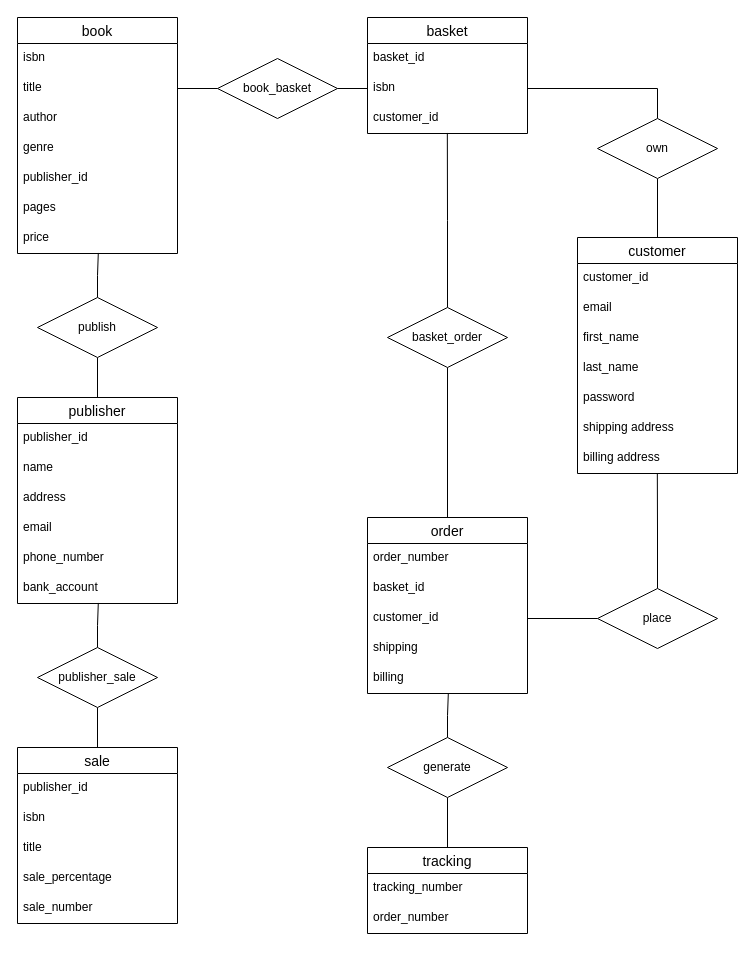
Above: draw/ER_diagram.drawio in Jiongxu-An/COMP3005Project (draw.io), before the change. Source tidied: cells renumbered, new cells numbered last; positions are measured from the earlier drawing's top-left corner, leaving out a move shared by most shapes. Both pictures are drawn from the tidied source at 100%, with x=0, y=0 at pixel (17, 17).
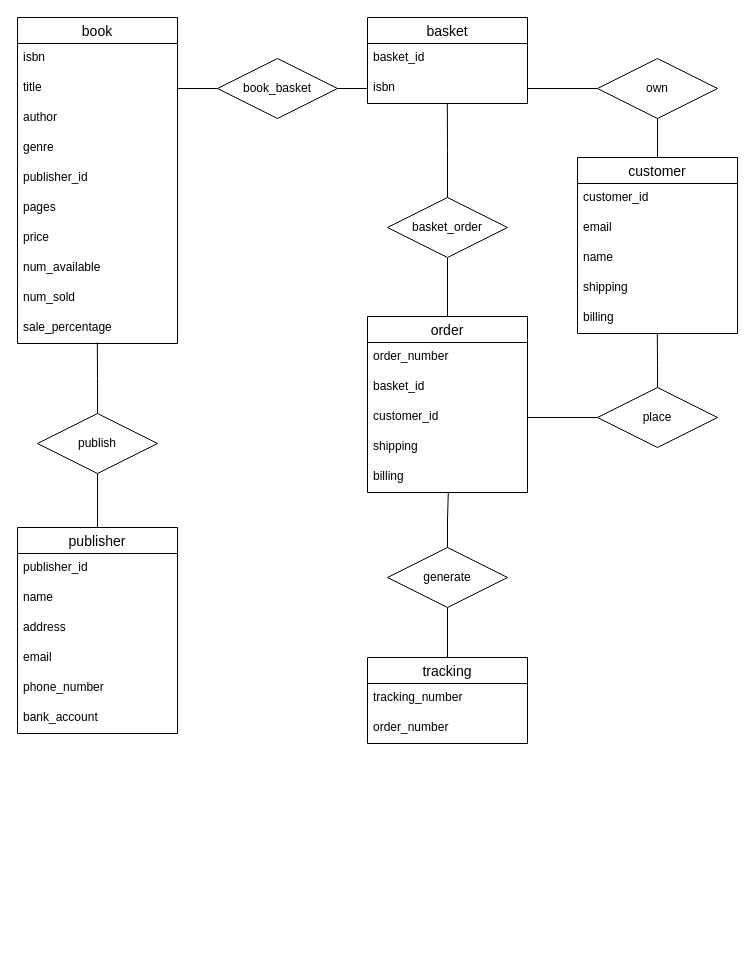
The same page after the edit.

The change refers to these unchanged cells:
```xml
<mxCell id="9" value="price" style="text;strokeColor=none;fillColor=none;spacingLeft=4;spacingRight=4;overflow=hidden;points=[[0,0.5],[1,0.5]];portConstraint=eastwest;fontSize=12;" parent="2" vertex="1">
  <mxGeometry y="206" width="160" height="30" as="geometry" />
</mxCell>
<mxCell id="12" value="isbn" style="text;strokeColor=none;fillColor=none;spacingLeft=4;spacingRight=4;overflow=hidden;points=[[0,0.5],[1,0.5]];portConstraint=eastwest;fontSize=12;" parent="10" vertex="1">
  <mxGeometry y="56" width="160" height="30" as="geometry" />
</mxCell>
<mxCell id="41" value="bank_account" style="text;strokeColor=none;fillColor=none;spacingLeft=4;spacingRight=4;overflow=hidden;points=[[0,0.5],[1,0.5]];portConstraint=eastwest;fontSize=12;" parent="35" vertex="1">
  <mxGeometry y="176" width="160" height="30" as="geometry" />
</mxCell>
```

Diff of the diagram source:
```diff
@@
     <mxCell id="2" value="book" style="swimlane;fontStyle=0;horizontal=1;startSize=26;align=center;fontSize=14;" parent="1" vertex="1">
-      <mxGeometry width="160" height="236" as="geometry" />
+      <mxGeometry width="160" height="326" as="geometry" />
     </mxCell>
@@
+    <mxCell id="65" value="num_available" style="text;strokeColor=none;fillColor=none;spacingLeft=4;spacingRight=4;overflow=hidden;fontSize=12;" parent="2" vertex="1">
+      <mxGeometry y="236" width="160" height="30" as="geometry" />
+    </mxCell>
+    <mxCell id="66" value="num_sold" style="text;strokeColor=none;fillColor=none;spacingLeft=4;spacingRight=4;overflow=hidden;fontSize=12;" parent="2" vertex="1">
+      <mxGeometry y="266" width="160" height="30" as="geometry" />
+    </mxCell>
+    <mxCell id="47" value="sale_percentage" style="text;strokeColor=none;fillColor=none;spacingLeft=4;spacingRight=4;overflow=hidden;points=[[0,0.5],[1,0.5]];portConstraint=eastwest;fontSize=12;" parent="2" vertex="1">
+      <mxGeometry y="296" width="160" height="30" as="geometry" />
+    </mxCell>
     <mxCell id="10" value="basket" style="swimlane;fontStyle=0;horizontal=1;startSize=26;align=center;fontSize=14;" parent="1" vertex="1">
-      <mxGeometry x="350" width="160" height="116" as="geometry" />
+      <mxGeometry x="350" width="160" height="86" as="geometry" />
     </mxCell>
@@
-    <mxCell id="13" value="customer_id" style="text;strokeColor=none;fillColor=none;spacingLeft=4;spacingRight=4;overflow=hidden;points=[[0,0.5],[1,0.5]];portConstraint=eastwest;fontSize=12;" parent="10" vertex="1">
-      <mxGeometry y="86" width="160" height="30" as="geometry" />
-    </mxCell>
@@
     <mxCell id="15" value="order" style="swimlane;fontStyle=0;horizontal=1;startSize=26;align=center;fontSize=14;" parent="1" vertex="1">
-      <mxGeometry x="350" y="500" width="160" height="176" as="geometry" />
+      <mxGeometry x="350" y="299" width="160" height="176" as="geometry" />
     </mxCell>
@@
     <mxCell id="22" value="tracking" style="swimlane;fontStyle=0;horizontal=1;startSize=26;align=center;fontSize=14;" parent="1" vertex="1">
-      <mxGeometry x="350" y="830" width="160" height="86" as="geometry" />
+      <mxGeometry x="350" y="640" width="160" height="86" as="geometry" />
     </mxCell>
@@
     <mxCell id="26" value="customer" style="swimlane;fontStyle=0;horizontal=1;startSize=26;align=center;fontSize=14;" parent="1" vertex="1">
-      <mxGeometry x="560" y="220" width="160" height="236" as="geometry" />
+      <mxGeometry x="560" y="140" width="160" height="176" as="geometry" />
     </mxCell>
@@
-    <mxCell id="29" value="first_name" style="text;strokeColor=none;fillColor=none;spacingLeft=4;spacingRight=4;overflow=hidden;fontSize=12;" parent="26" vertex="1">
-      <mxGeometry y="86" width="160" height="30" as="geometry" />
-    </mxCell>
-    <mxCell id="30" value="last_name" style="text;strokeColor=none;fillColor=none;spacingLeft=4;spacingRight=4;overflow=hidden;fontSize=12;" parent="26" vertex="1">
-      <mxGeometry y="116" width="160" height="30" as="geometry" />
+    <mxCell id="30" value="name" style="text;strokeColor=none;fillColor=none;spacingLeft=4;spacingRight=4;overflow=hidden;fontSize=12;" parent="26" vertex="1">
+      <mxGeometry y="86" width="160" height="30" as="geometry" />
     </mxCell>
-    <mxCell id="31" value="password" style="text;strokeColor=none;fillColor=none;spacingLeft=4;spacingRight=4;overflow=hidden;fontSize=12;" parent="26" vertex="1">
-      <mxGeometry y="146" width="160" height="30" as="geometry" />
-    </mxCell>
-    <mxCell id="32" value="shipping address" style="text;strokeColor=none;fillColor=none;spacingLeft=4;spacingRight=4;overflow=hidden;fontSize=12;" parent="26" vertex="1">
-      <mxGeometry y="176" width="160" height="30" as="geometry" />
+    <mxCell id="32" value="shipping" style="text;strokeColor=none;fillColor=none;spacingLeft=4;spacingRight=4;overflow=hidden;fontSize=12;" parent="26" vertex="1">
+      <mxGeometry y="116" width="160" height="30" as="geometry" />
     </mxCell>
-    <mxCell id="33" value="billing address" style="text;strokeColor=none;fillColor=none;spacingLeft=4;spacingRight=4;overflow=hidden;points=[[0,0.5],[1,0.5]];portConstraint=eastwest;fontSize=12;" parent="26" vertex="1">
-      <mxGeometry y="206" width="160" height="30" as="geometry" />
+    <mxCell id="33" value="billing" style="text;strokeColor=none;fillColor=none;spacingLeft=4;spacingRight=4;overflow=hidden;points=[[0,0.5],[1,0.5]];portConstraint=eastwest;fontSize=12;" parent="26" vertex="1">
+      <mxGeometry y="146" width="160" height="30" as="geometry" />
     </mxCell>
@@
     <mxCell id="35" value="publisher" style="swimlane;fontStyle=0;horizontal=1;startSize=26;align=center;fontSize=14;" parent="1" vertex="1">
-      <mxGeometry y="380" width="160" height="206" as="geometry" />
+      <mxGeometry y="510" width="160" height="206" as="geometry" />
     </mxCell>
@@
-    <mxCell id="42" style="edgeStyle=orthogonalEdgeStyle;rounded=0;jettySize=auto;html=1;exitX=0.5;exitY=0;exitDx=0;exitDy=0;entryX=0.5;entryY=1;entryDx=0;entryDy=0;endArrow=none;endFill=0;" parent="1" edge="1" source="43" target="55">
-      <mxGeometry relative="1" as="geometry" />
-    </mxCell>
-    <mxCell id="43" value="sale" style="swimlane;fontStyle=0;horizontal=1;startSize=26;align=center;fontSize=14;" parent="1" vertex="1">
-      <mxGeometry y="730" width="160" height="176" as="geometry" />
-    </mxCell>
-    <mxCell id="44" value="publisher_id" style="text;strokeColor=none;fillColor=none;spacingLeft=4;spacingRight=4;overflow=hidden;fontSize=12;" parent="43" vertex="1">
-      <mxGeometry y="26" width="160" height="30" as="geometry" />
-    </mxCell>
-    <mxCell id="45" value="isbn" style="text;strokeColor=none;fillColor=none;spacingLeft=4;spacingRight=4;overflow=hidden;fontSize=12;" parent="43" vertex="1">
-      <mxGeometry y="56" width="160" height="30" as="geometry" />
-    </mxCell>
-    <mxCell id="46" value="title" style="text;strokeColor=none;fillColor=none;spacingLeft=4;spacingRight=4;overflow=hidden;fontSize=12;" parent="43" vertex="1">
-      <mxGeometry y="86" width="160" height="30" as="geometry" />
-    </mxCell>
-    <mxCell id="47" value="sale_percentage" style="text;strokeColor=none;fillColor=none;spacingLeft=4;spacingRight=4;overflow=hidden;points=[[0,0.5],[1,0.5]];portConstraint=eastwest;fontSize=12;" parent="43" vertex="1">
-      <mxGeometry y="116" width="160" height="30" as="geometry" />
-    </mxCell>
-    <mxCell id="48" value="sale_number" style="text;strokeColor=none;fillColor=none;spacingLeft=4;spacingRight=4;overflow=hidden;fontSize=12;" parent="43" vertex="1">
-      <mxGeometry y="146" width="160" height="30" as="geometry" />
-    </mxCell>
-    <mxCell id="49" style="edgeStyle=orthogonalEdgeStyle;rounded=0;jettySize=auto;html=1;exitX=0.5;exitY=0;exitDx=0;exitDy=0;entryX=0.505;entryY=0.982;entryDx=0;entryDy=0;entryPerimeter=0;endArrow=none;endFill=0;" parent="1" edge="1" source="50" target="9">
-      <mxGeometry relative="1" as="geometry" />
-    </mxCell>
+    <mxCell id="67" style="edgeStyle=orthogonalEdgeStyle;rounded=0;jettySize=auto;html=1;exitX=0.5;exitY=0;exitDx=0;exitDy=0;entryX=0.499;entryY=0.97;entryDx=0;entryDy=0;entryPerimeter=0;endArrow=none;endFill=0;" parent="1" edge="1" source="50" target="47">
+      <mxGeometry relative="1" as="geometry" />
+    </mxCell>
     <mxCell id="50" value="publish" style="shape=rhombus;perimeter=rhombusPerimeter;whiteSpace=wrap;html=1;align=center;" parent="1" vertex="1">
-      <mxGeometry x="20" y="280" width="120" height="60" as="geometry" />
+      <mxGeometry x="20" y="396" width="120" height="60" as="geometry" />
     </mxCell>
@@
-    <mxCell id="54" style="edgeStyle=orthogonalEdgeStyle;rounded=0;jettySize=auto;html=1;exitX=0.5;exitY=0;exitDx=0;exitDy=0;entryX=0.505;entryY=0.982;entryDx=0;entryDy=0;entryPerimeter=0;endArrow=none;endFill=0;" parent="1" edge="1" source="55" target="41">
-      <mxGeometry relative="1" as="geometry" />
-    </mxCell>
-    <mxCell id="55" value="publisher_sale" style="shape=rhombus;perimeter=rhombusPerimeter;whiteSpace=wrap;html=1;align=center;" parent="1" vertex="1">
-      <mxGeometry x="20" y="630" width="120" height="60" as="geometry" />
-    </mxCell>
-    <mxCell id="56" style="edgeStyle=orthogonalEdgeStyle;rounded=0;jettySize=auto;html=1;exitX=0.5;exitY=0;exitDx=0;exitDy=0;entryX=1;entryY=0.5;entryDx=0;entryDy=0;endArrow=none;endFill=0;" parent="1" edge="1" source="57" target="12">
+    <mxCell id="56" style="edgeStyle=orthogonalEdgeStyle;rounded=0;jettySize=auto;html=1;exitX=0;exitY=0.5;exitDx=0;exitDy=0;entryX=1;entryY=0.5;entryDx=0;entryDy=0;endArrow=none;endFill=0;" parent="1" edge="1" source="57" target="12">
       <mxGeometry relative="1" as="geometry" />
     </mxCell>
     <mxCell id="57" value="own" style="shape=rhombus;perimeter=rhombusPerimeter;whiteSpace=wrap;html=1;align=center;" parent="1" vertex="1">
-      <mxGeometry x="580" y="101" width="120" height="60" as="geometry" />
+      <mxGeometry x="580" y="41" width="120" height="60" as="geometry" />
     </mxCell>
@@
     <mxCell id="59" value="place" style="shape=rhombus;perimeter=rhombusPerimeter;whiteSpace=wrap;html=1;align=center;" parent="1" vertex="1">
-      <mxGeometry x="580" y="571" width="120" height="60" as="geometry" />
+      <mxGeometry x="580" y="370" width="120" height="60" as="geometry" />
     </mxCell>
@@
     <mxCell id="61" value="generate" style="shape=rhombus;perimeter=rhombusPerimeter;whiteSpace=wrap;html=1;align=center;" parent="1" vertex="1">
-      <mxGeometry x="370" y="720" width="120" height="60" as="geometry" />
+      <mxGeometry x="370" y="530" width="120" height="60" as="geometry" />
     </mxCell>
-    <mxCell id="62" style="edgeStyle=orthogonalEdgeStyle;rounded=0;jettySize=auto;html=1;exitX=0.5;exitY=0;exitDx=0;exitDy=0;entryX=0.499;entryY=0.982;entryDx=0;entryDy=0;entryPerimeter=0;endArrow=none;endFill=0;" parent="1" edge="1" source="64" target="13">
+    <mxCell id="62" style="edgeStyle=orthogonalEdgeStyle;rounded=0;jettySize=auto;html=1;exitX=0.5;exitY=0;exitDx=0;exitDy=0;entryX=0.499;entryY=0.982;entryDx=0;entryDy=0;entryPerimeter=0;endArrow=none;endFill=0;" parent="1" edge="1" source="64" target="12">
       <mxGeometry relative="1" as="geometry" />
     </mxCell>
@@
     <mxCell id="64" value="basket_order" style="shape=rhombus;perimeter=rhombusPerimeter;whiteSpace=wrap;html=1;align=center;" parent="1" vertex="1">
-      <mxGeometry x="370" y="290" width="120" height="60" as="geometry" />
+      <mxGeometry x="370" y="180" width="120" height="60" as="geometry" />
     </mxCell>
```
